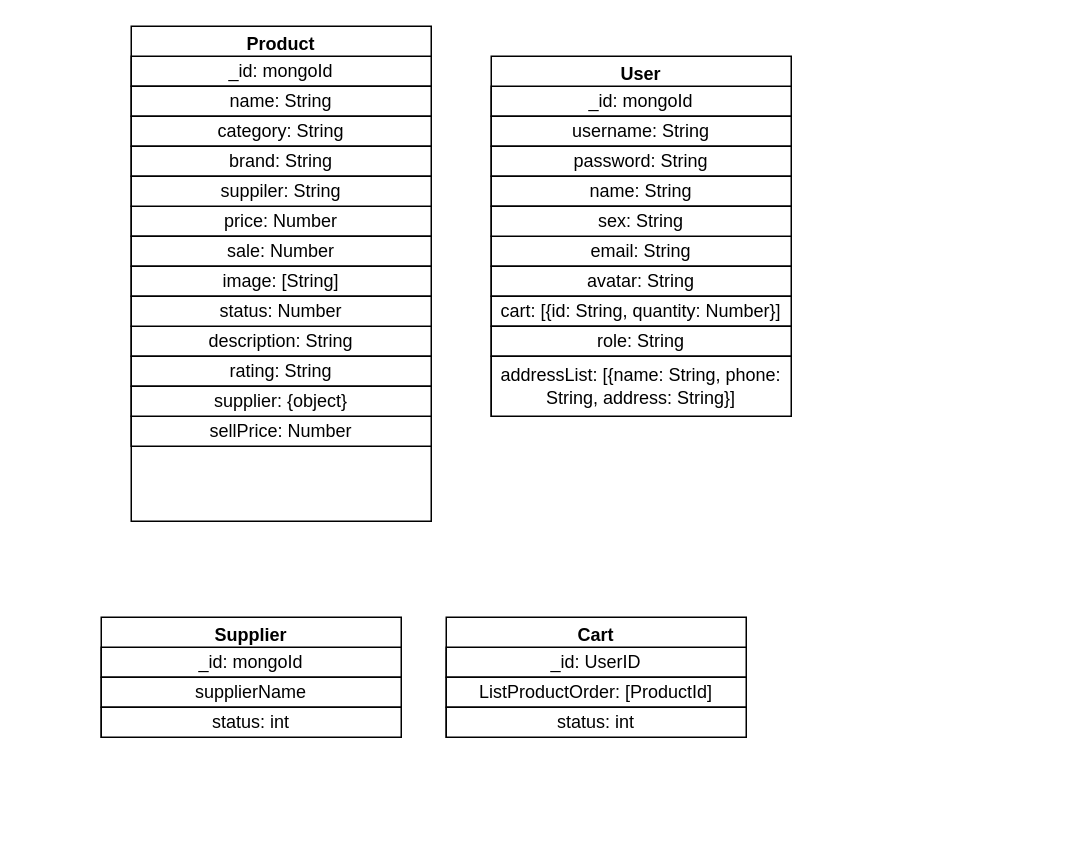
Before: fayaku-server/FayakuShop.drawio in Cloneee/Fayaku-shop, a draw.io diagram. Source tidied: cells renumbered, new cells numbered last; positions are measured from the earlier drawing's top-left corner, leaving out a move shared by most shapes. Both pictures are drawn from the tidied source at 150%, with x=0, y=0 at pixel (100, 26).
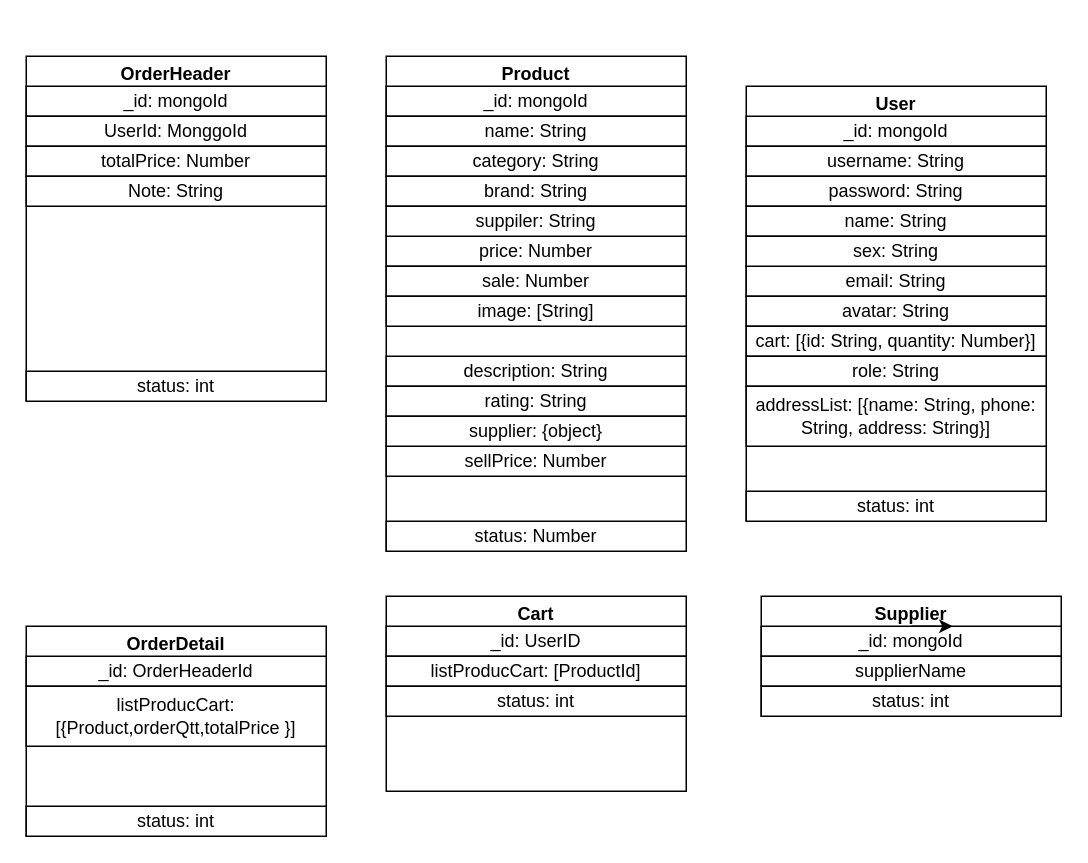
Above is the later version.

Commit message:
Add OrderHeader & OrderDetail

Unchanged cells that the change refers to:
```xml
<mxCell id="28" value="_id: mongoId" style="whiteSpace=wrap;html=1;rounded=0;shadow=0;sketch=0;glass=0;align=center;" parent="27" vertex="1">
  <mxGeometry y="20" width="200" height="20" as="geometry" />
</mxCell>
```

What changed in the source:
```diff
@@
     <mxCell id="2" value="Product" style="swimlane;" parent="1" vertex="1">
-      <mxGeometry x="20" width="200" height="330" as="geometry" />
+      <mxGeometry x="190" y="20" width="200" height="330" as="geometry" />
     </mxCell>
@@
     <mxCell id="13" value="status: Number" style="whiteSpace=wrap;html=1;rounded=0;shadow=0;sketch=0;glass=0;align=center;" parent="2" vertex="1">
-      <mxGeometry y="180" width="200" height="20" as="geometry" />
+      <mxGeometry y="310" width="200" height="20" as="geometry" />
     </mxCell>
@@
     <mxCell id="16" value="User" style="swimlane;" parent="1" vertex="1">
-      <mxGeometry x="260" y="20" width="200" height="240" as="geometry" />
+      <mxGeometry x="430" y="40" width="200" height="290" as="geometry" />
     </mxCell>
@@
+    <mxCell id="35" value="status: int" style="whiteSpace=wrap;html=1;rounded=0;shadow=0;sketch=0;glass=0;align=center;" parent="16" vertex="1">
+      <mxGeometry y="270" width="200" height="20" as="geometry" />
+    </mxCell>
     <mxCell id="27" value="Supplier" style="swimlane;" parent="1" vertex="1">
-      <mxGeometry y="394" width="200" height="80" as="geometry" />
+      <mxGeometry x="440" y="380" width="200" height="80" as="geometry" />
     </mxCell>
@@
+    <mxCell id="36" style="edgeStyle=orthogonalEdgeStyle;rounded=0;orthogonalLoop=1;jettySize=auto;html=1;exitX=0.5;exitY=0;exitDx=0;exitDy=0;entryX=0.638;entryY=0.03;entryDx=0;entryDy=0;entryPerimeter=0;" parent="27" edge="1" source="28" target="28">
+      <mxGeometry relative="1" as="geometry" />
+    </mxCell>
     <mxCell id="31" value="Cart" style="swimlane;startSize=23;" parent="1" vertex="1">
-      <mxGeometry x="230" y="394" width="200" height="80" as="geometry" />
+      <mxGeometry x="190" y="380" width="200" height="130" as="geometry" />
     </mxCell>
@@
-    <mxCell id="33" value="ListProductOrder: [ProductId]" style="whiteSpace=wrap;html=1;rounded=0;shadow=0;sketch=0;glass=0;align=center;" parent="31" vertex="1">
+    <mxCell id="33" value="listProducCart: [ProductId]" style="whiteSpace=wrap;html=1;rounded=0;shadow=0;sketch=0;glass=0;align=center;" parent="31" vertex="1">
       <mxGeometry y="40" width="200" height="20" as="geometry" />
     </mxCell>
@@
+    <mxCell id="37" value="OrderHeader" style="swimlane;" parent="1" vertex="1">
+      <mxGeometry x="-50" y="20" width="200" height="230" as="geometry" />
+    </mxCell>
+    <mxCell id="38" value="_id: mongoId" style="whiteSpace=wrap;html=1;rounded=0;shadow=0;sketch=0;glass=0;align=center;" parent="37" vertex="1">
+      <mxGeometry y="20" width="200" height="20" as="geometry" />
+    </mxCell>
+    <mxCell id="39" value="UserId: MonggoId" style="whiteSpace=wrap;html=1;rounded=0;shadow=0;sketch=0;glass=0;align=center;" parent="37" vertex="1">
+      <mxGeometry y="40" width="200" height="20" as="geometry" />
+    </mxCell>
+    <mxCell id="40" value="status: int" style="whiteSpace=wrap;html=1;rounded=0;shadow=0;sketch=0;glass=0;align=center;" parent="37" vertex="1">
+      <mxGeometry y="210" width="200" height="20" as="geometry" />
+    </mxCell>
+    <mxCell id="41" value="totalPrice: Number" style="whiteSpace=wrap;html=1;rounded=0;shadow=0;sketch=0;glass=0;align=center;" parent="37" vertex="1">
+      <mxGeometry y="60" width="200" height="20" as="geometry" />
+    </mxCell>
+    <mxCell id="42" value="Note: String" style="whiteSpace=wrap;html=1;rounded=0;shadow=0;sketch=0;glass=0;align=center;" parent="37" vertex="1">
+      <mxGeometry y="80" width="200" height="20" as="geometry" />
+    </mxCell>
+    <mxCell id="43" value="OrderDetail" style="swimlane;startSize=23;" parent="1" vertex="1">
+      <mxGeometry x="-50" y="400" width="200" height="140" as="geometry" />
+    </mxCell>
+    <mxCell id="44" value="_id: OrderHeaderId" style="whiteSpace=wrap;html=1;rounded=0;shadow=0;sketch=0;glass=0;align=center;" parent="43" vertex="1">
+      <mxGeometry y="20" width="200" height="20" as="geometry" />
+    </mxCell>
+    <mxCell id="45" value="listProducCart: [{Product,orderQtt,totalPrice&lt;span style=&quot;white-space: pre&quot;&gt; &lt;/span&gt;}]" style="whiteSpace=wrap;html=1;rounded=0;shadow=0;sketch=0;glass=0;align=center;" parent="43" vertex="1">
+      <mxGeometry y="40" width="200" height="40" as="geometry" />
+    </mxCell>
+    <mxCell id="46" value="status: int" style="whiteSpace=wrap;html=1;rounded=0;shadow=0;sketch=0;glass=0;align=center;" parent="43" vertex="1">
+      <mxGeometry y="120" width="200" height="20" as="geometry" />
+    </mxCell>
```
